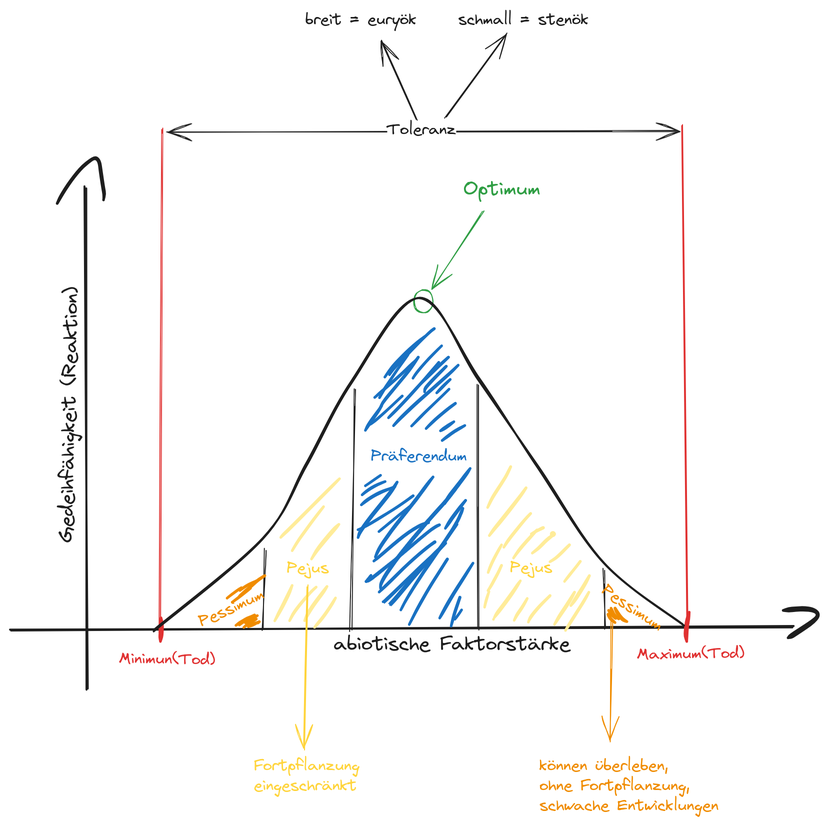
Above: assets/optimumdiagramm.excalidraw.png in Marethyu9999/quarto (Excalidraw), before the change. Source tidied: one line per element, renumbered; positions are measured from the earlier drawing's top-left corner, leaving out a move shared by most shapes.
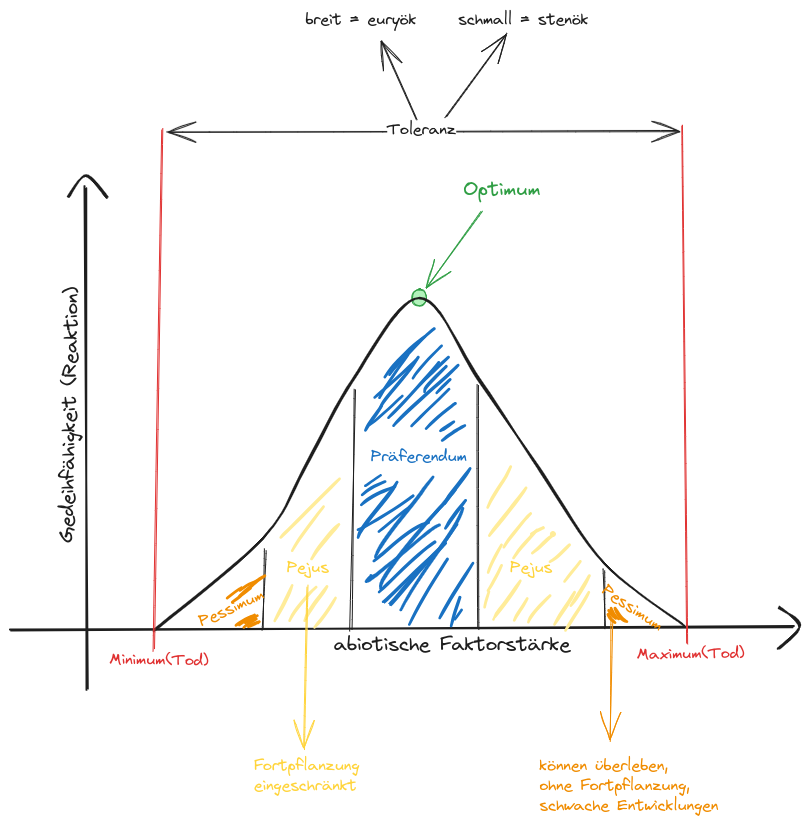
Later version of the same file.

Change to the diagram source:
```diff
@@ -1,16 +1,14 @@
 {"id": 0, "type": "line", "strokeColor": "#1e1e1e", "strokeWidth": 2, "roughness": 1, "round": true, "x": 144, "y": 177, "width": 3, "height": 502, "points": [[0, 0], [3, 502]]}
 {"id": 1, "type": "line", "strokeColor": "#1e1e1e", "strokeWidth": 2, "roughness": 1, "round": true, "x": 69, "y": 620, "width": 784, "height": 4, "points": [[0, 0], [784, -4]]}
 {"id": 2, "type": "text", "text": "abiotische Faktorstärke", "strokeColor": "#1e1e1e", "strokeWidth": 2, "roughness": 1, "fontSize": 20, "fontFamily": 1, "x": 392, "y": 622, "width": 237, "height": 25}
-{"id": 3, "type": "freedraw", "strokeColor": "#1e1e1e", "strokeWidth": 1, "roughness": 1, "x": 842, "y": 600, "width": 38, "height": 32, "points": [[0, 0], [0, -1], [2, -1], [9, -1], [18, -2], [28, -2], [35, 0], [38, 4], [35, 9], [26, 15], [17, 20], [6, 27], [3, 29], [2, 30], [4, 30], [5, 27], [5, 27]]}
-{"id": 4, "type": "freedraw", "strokeColor": "#1e1e1e", "strokeWidth": 1, "roughness": 1, "x": 116, "y": 193, "width": 48, "height": 48, "points": [[0, 0], [0, -2], [2, -5], [5, -10], [12, -21], [18, -29], [24, -36], [30, -42], [38, -47], [41, -48], [42, -45], [44, -38], [44, -28], [46, -15], [47, -9], [48, -5], [48, -3], [46, -3], [46, -3]]}
 {"id": 5, "type": "text", "text": "Gedeihfähigkeit (Reaktion)", "strokeColor": "#1e1e1e", "angle": 4.73, "strokeWidth": 1, "roughness": 1, "fontSize": 20, "fontFamily": 1, "x": 0, "y": 392, "width": 256, "height": 25}
 {"id": 6, "type": "line", "strokeColor": "#1e1e1e", "strokeWidth": 1, "roughness": 1, "round": true, "x": 663, "y": 559, "width": 1, "height": 59, "points": [[0, 0], [1, 59]]}
 {"id": 7, "type": "line", "strokeColor": "#1e1e1e", "strokeWidth": 1, "roughness": 1, "round": true, "x": 324, "y": 539, "width": 2, "height": 81, "points": [[0, 0], [-2, 81]]}
 {"id": 8, "type": "line", "strokeColor": "#1e1e1e", "strokeWidth": 1, "roughness": 1, "round": true, "x": 414, "y": 378, "width": 5, "height": 242, "points": [[0, 0], [-5, 242]]}
 {"id": 9, "type": "line", "strokeColor": "#1e1e1e", "strokeWidth": 1, "roughness": 1, "round": true, "x": 537, "y": 374, "width": 1, "height": 245, "points": [[0, 0], [1, 245]]}
-{"id": 10, "type": "ellipse", "strokeColor": "#2f9e44", "strokeWidth": 1, "roughness": 1, "round": true, "x": 472, "y": 280, "width": 19, "height": 23}
+{"id": 10, "type": "ellipse", "strokeColor": "#2f9e44", "backgroundColor": "#b2f2bb", "fillStyle": "solid", "strokeWidth": 1, "roughness": 1, "round": true, "x": 471, "y": 280, "width": 14, "height": 16}
 {"id": 11, "type": "text", "text": "Optimum", "strokeColor": "#2f9e44", "strokeWidth": 1, "roughness": 1, "fontSize": 20, "fontFamily": 1, "x": 522, "y": 167, "width": 77, "height": 25}
-{"id": 12, "type": "arrow", "strokeColor": "#2f9e44", "strokeWidth": 1, "roughness": 1, "endArrowhead": "arrow", "round": true, "from": 11, "to": 10, "x": 542, "y": 200, "width": 50, "height": 79, "points": [[0, 0], [-50, 79]]}
+{"id": 12, "type": "arrow", "strokeColor": "#2f9e44", "strokeWidth": 1, "roughness": 1, "endArrowhead": "arrow", "round": true, "from": 11, "to": 10, "x": 540, "y": 200, "width": 54, "height": 78, "points": [[0, 0], [-54, 78]]}
 {"id": 13, "type": "text", "text": "Präferendum", "strokeColor": "#1971c2", "strokeWidth": 1, "roughness": 1, "fontSize": 16, "fontFamily": 1, "x": 429, "y": 437, "width": 96, "height": 20}
 {"id": 14, "type": "text", "text": "Pejus", "strokeColor": "#ffd43b", "strokeWidth": 1, "roughness": 1, "fontSize": 16, "fontFamily": 1, "x": 569, "y": 548, "width": 42, "height": 20}
 {"id": 15, "type": "text", "text": "Pejus", "strokeColor": "#ffd43b", "strokeWidth": 1, "roughness": 1, "fontSize": 16, "fontFamily": 1, "x": 345, "y": 548, "width": 42, "height": 20}
@@ -92,12 +90,9 @@
 {"id": 91, "type": "freedraw", "strokeColor": "#1971c2", "backgroundColor": "#ffec99", "fillStyle": "hachure", "strokeWidth": 1, "roughness": 1, "x": 515, "y": 514, "width": 20, "height": 27, "points": [[0, 0], [-5, 6], [-10, 13], [-13, 18], [-16, 22], [-20, 27], [-20, 27]]}
 {"id": 92, "type": "freedraw", "strokeColor": "#1971c2", "backgroundColor": "#ffec99", "fillStyle": "hachure", "strokeWidth": 1, "roughness": 1, "x": 499, "y": 421, "width": 16, "height": 11, "points": [[0, 0], [-2, 1], [-1, 1], [2, -1], [5, -3], [8, -5], [13, -9], [14, -10], [14, -10]]}
 {"id": 93, "type": "freedraw", "strokeColor": "#1971c2", "backgroundColor": "#ffec99", "fillStyle": "hachure", "strokeWidth": 1, "roughness": 1, "x": 501, "y": 430, "width": 23, "height": 15, "points": [[0, 0], [8, -6], [11, -9], [15, -11], [18, -13], [22, -15], [23, -15], [23, -15]]}
-{"id": 94, "type": "freedraw", "strokeColor": "#e03131", "backgroundColor": "#ffec99", "fillStyle": "hachure", "strokeWidth": 1, "roughness": 1, "x": 219, "y": 608, "width": 1, "height": 24, "points": [[0, 0], [0, 1], [0, 5], [1, 9], [1, 13], [0, 19], [-1, 22], [-1, 23], [-1, 24], [-1, 24]]}
-{"id": 95, "type": "freedraw", "strokeColor": "#e03131", "backgroundColor": "#ffec99", "fillStyle": "hachure", "strokeWidth": 1, "roughness": 1, "x": 748, "y": 602, "width": 3, "height": 30, "points": [[0, 0], [0, 1], [-1, 4], [-2, 11], [-3, 18], [-3, 23], [-3, 28], [-3, 30], [-2, 30], [-2, 30]]}
-{"id": 96, "type": "text", "text": "Minimun(Tod)", "strokeColor": "#e03131", "angle": 0.01, "backgroundColor": "#ffec99", "fillStyle": "hachure", "strokeWidth": 1, "roughness": 1, "fontSize": 16, "fontFamily": 1, "x": 177, "y": 640, "width": 96, "height": 20}
+{"id": 96, "type": "text", "text": "Minimum(Tod)", "strokeColor": "#e03131", "angle": 0.01, "backgroundColor": "#ffec99", "fillStyle": "hachure", "strokeWidth": 1, "roughness": 1, "fontSize": 16, "fontFamily": 1, "x": 168, "y": 640, "width": 99, "height": 20}
 {"id": 97, "type": "text", "text": "Maximum(Tod)", "strokeColor": "#e03131", "angle": 6.27, "backgroundColor": "#ffec99", "fillStyle": "hachure", "strokeWidth": 1, "roughness": 1, "fontSize": 16, "fontFamily": 1, "x": 695, "y": 634, "width": 108, "height": 20}
-{"id": 98, "type": "line", "strokeColor": "#e03131", "backgroundColor": "#ffec99", "fillStyle": "hachure", "strokeWidth": 1, "roughness": 1, "round": true, "x": 219, "y": 621, "width": 3, "height": 502, "points": [[0, 0], [3, -502]]}
-{"id": 99, "type": "line", "strokeColor": "#e03131", "backgroundColor": "#ffec99", "fillStyle": "hachure", "strokeWidth": 1, "roughness": 1, "round": true, "x": 746, "y": 617, "width": 5, "height": 501, "points": [[0, 0], [-5, -501]]}
+{"id": 99, "type": "line", "strokeColor": "#e03131", "backgroundColor": "#ffec99", "fillStyle": "hachure", "strokeWidth": 1, "roughness": 1, "round": true, "x": 745, "y": 634, "width": 5, "height": 518, "points": [[0, 0], [-5, -518]]}
 {"id": 100, "type": "arrow", "strokeColor": "#1e1e1e", "backgroundColor": "#ffec99", "fillStyle": "hachure", "strokeWidth": 1, "roughness": 1, "startArrowhead": "arrow", "endArrowhead": "arrow", "round": true, "x": 225, "y": 120, "width": 510, "height": 0, "points": [[0, 0], [510, 0]]}
 {"id": 101, "type": "text", "text": "Toleranz", "strokeColor": "#1e1e1e", "backgroundColor": "#ffec99", "fillStyle": "hachure", "strokeWidth": 1, "roughness": 1, "fontSize": 16, "fontFamily": 1, "textAlign": "center", "verticalAlign": "middle", "inside": 100, "x": 446, "y": 110, "width": 69, "height": 20}
 {"id": 102, "type": "arrow", "strokeColor": "#1e1e1e", "backgroundColor": "#ffec99", "fillStyle": "hachure", "strokeWidth": 1, "roughness": 1, "endArrowhead": "arrow", "round": true, "to": 103, "x": 504, "y": 108, "width": 61, "height": 85, "points": [[0, 0], [61, -85]]}
@@ -109,3 +104,6 @@
 {"id": 108, "type": "arrow", "strokeColor": "#ffd43b", "backgroundColor": "#ffec99", "fillStyle": "hachure", "strokeWidth": 1, "roughness": 1, "endArrowhead": "arrow", "round": true, "from": 15, "to": 109, "x": 366, "y": 576, "width": 3, "height": 164, "points": [[0, 0], [-3, 164]]}
 {"id": 109, "type": "text", "text": "Fortpflanzung\neingeschränkt", "strokeColor": "#ffd43b", "backgroundColor": "#ffec99", "fillStyle": "hachure", "strokeWidth": 1, "roughness": 1, "fontSize": 16, "fontFamily": 1, "x": 312, "y": 746, "width": 106, "height": 40}
 {"id": 110, "type": "line", "strokeColor": "#1e1e1e", "strokeWidth": 2, "roughness": 1, "round": true, "x": 213, "y": 620, "width": 529, "height": 332, "points": [[0, 0], [108, -91], [152, -165], [198, -248], [265, -332], [324, -250], [384, -161], [449, -66], [529, -4]]}
+{"id": 111, "type": "line", "strokeColor": "#1e1e1e", "strokeWidth": 2, "roughness": 1, "round": true, "x": 126, "y": 186, "width": 40, "height": 21, "points": [[0, 0], [18, -20], [40, 1]]}
+{"id": 112, "type": "line", "strokeColor": "#1e1e1e", "angle": 1.57, "strokeWidth": 2, "roughness": 1, "round": true, "x": 828, "y": 627, "width": 40, "height": 21, "points": [[0, 0], [18, -20], [40, 1]]}
+{"id": 98, "type": "line", "strokeColor": "#e03131", "backgroundColor": "#ffec99", "fillStyle": "hachure", "strokeWidth": 1, "roughness": 1, "round": true, "x": 213, "y": 640, "width": 9, "height": 521, "points": [[0, 0], [9, -521]]}
```
